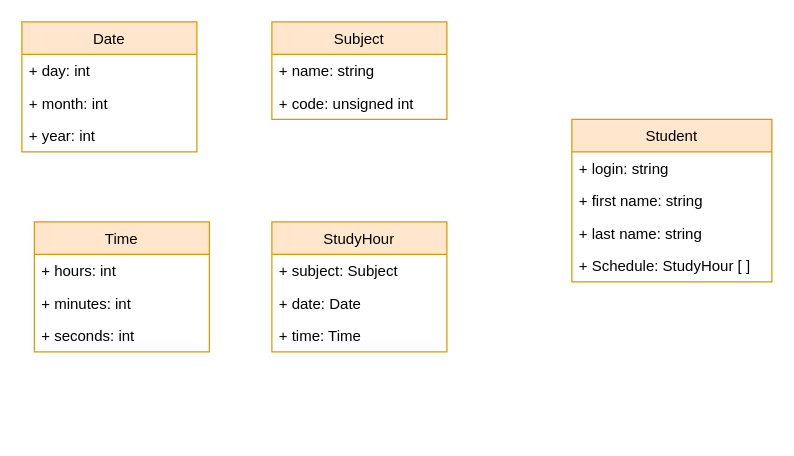
The draw.io diagram ISC_project2.drawio in omomot/ISC_proj2, before the edit. Source tidied: cells renumbered, new cells numbered last; positions are measured from the earlier drawing's top-left corner, leaving out a move shared by most shapes. Both pictures are drawn from the tidied source at 125%, with x=0, y=0 at pixel (21, 21).
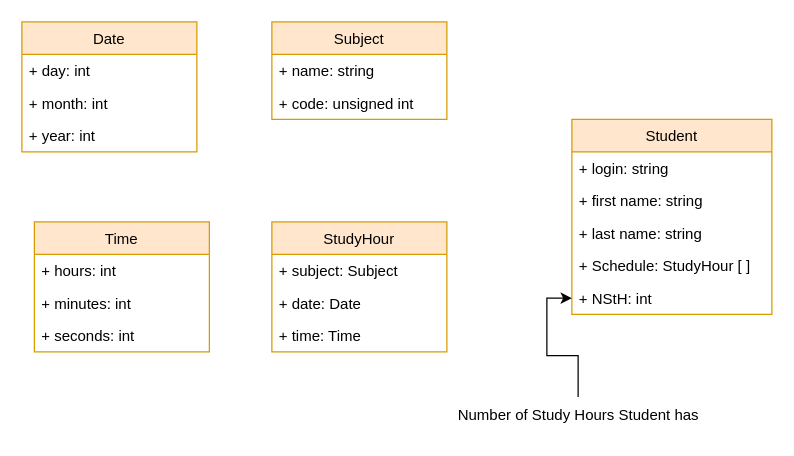
The same diagram, later.

Commit message (it also covers changes not shown here):
Student subject added, main diagram changed

Diff of the diagram source:
```diff
@@
     <mxCell id="6" value="Student" style="swimlane;fontStyle=0;horizontal=1;startSize=26;fillColor=#ffe6cc;strokeColor=#d79b00;" parent="1" vertex="1">
-      <mxGeometry x="440" y="78" width="160" height="130" as="geometry" />
+      <mxGeometry x="440" y="78" width="160" height="156" as="geometry" />
     </mxCell>
@@
+    <mxCell id="22" value="+ NStH: int" style="text;strokeColor=none;fillColor=none;align=left;verticalAlign=top;spacingLeft=4;spacingRight=4;overflow=hidden;points=[[0,0.5],[1,0.5]];portConstraint=eastwest;" parent="6" vertex="1">
+      <mxGeometry y="130" width="160" height="26" as="geometry" />
+    </mxCell>
@@
+    <mxCell id="23" style="edgeStyle=orthogonalEdgeStyle;rounded=0;jettySize=auto;html=1;" parent="1" edge="1" source="24" target="22">
+      <mxGeometry relative="1" as="geometry" />
+    </mxCell>
+    <mxCell id="24" value="&lt;div&gt;Number of Study Hours Student has&lt;/div&gt;" style="text;html=1;align=center;verticalAlign=middle;points=[];strokeColor=none;fillColor=none;" parent="1" vertex="1">
+      <mxGeometry x="335" y="300" width="220" height="30" as="geometry" />
+    </mxCell>
```
